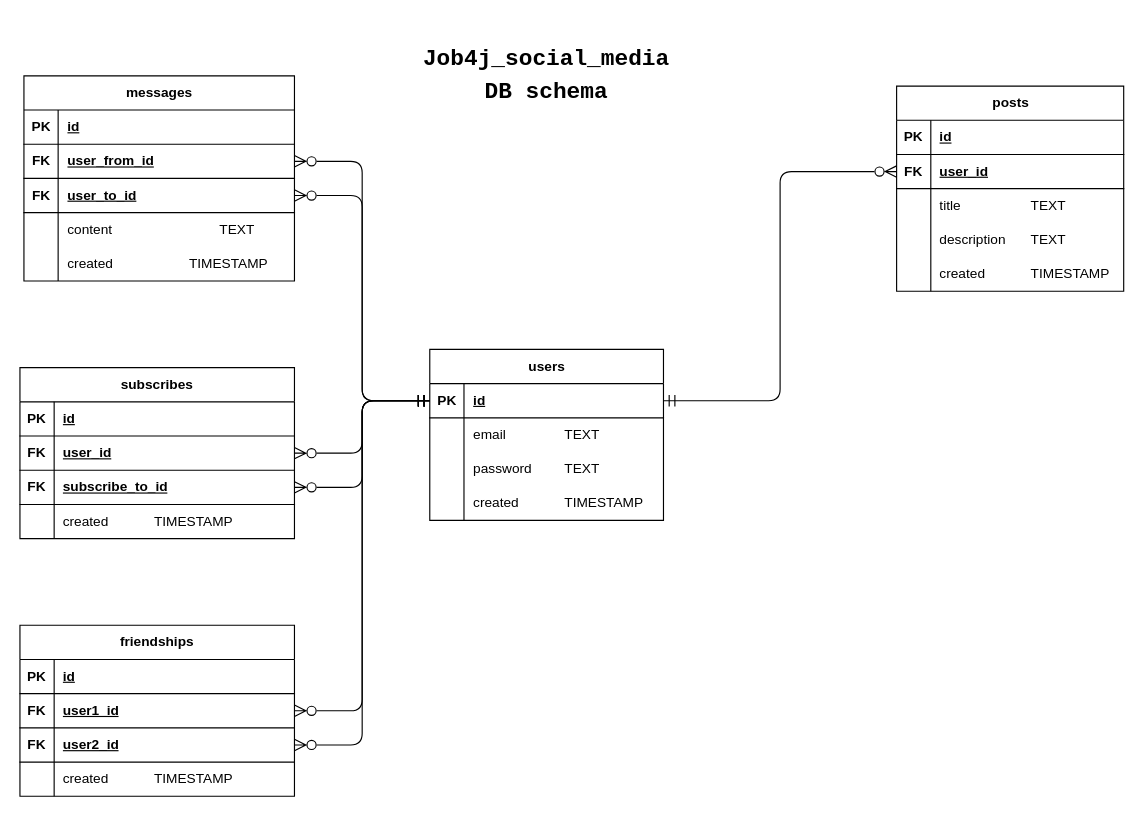
Earlier version of the draw.io diagram src/main/resources/db/social_media_DB_schema.drawio (MikhailChrn/job4j_social_media_api). Source tidied: cells renumbered, new cells numbered last; positions are measured from the earlier drawing's top-left corner, leaving out a move shared by most shapes. Both pictures are drawn from the tidied source at 114%, with x=0, y=0 at pixel (19, 63).
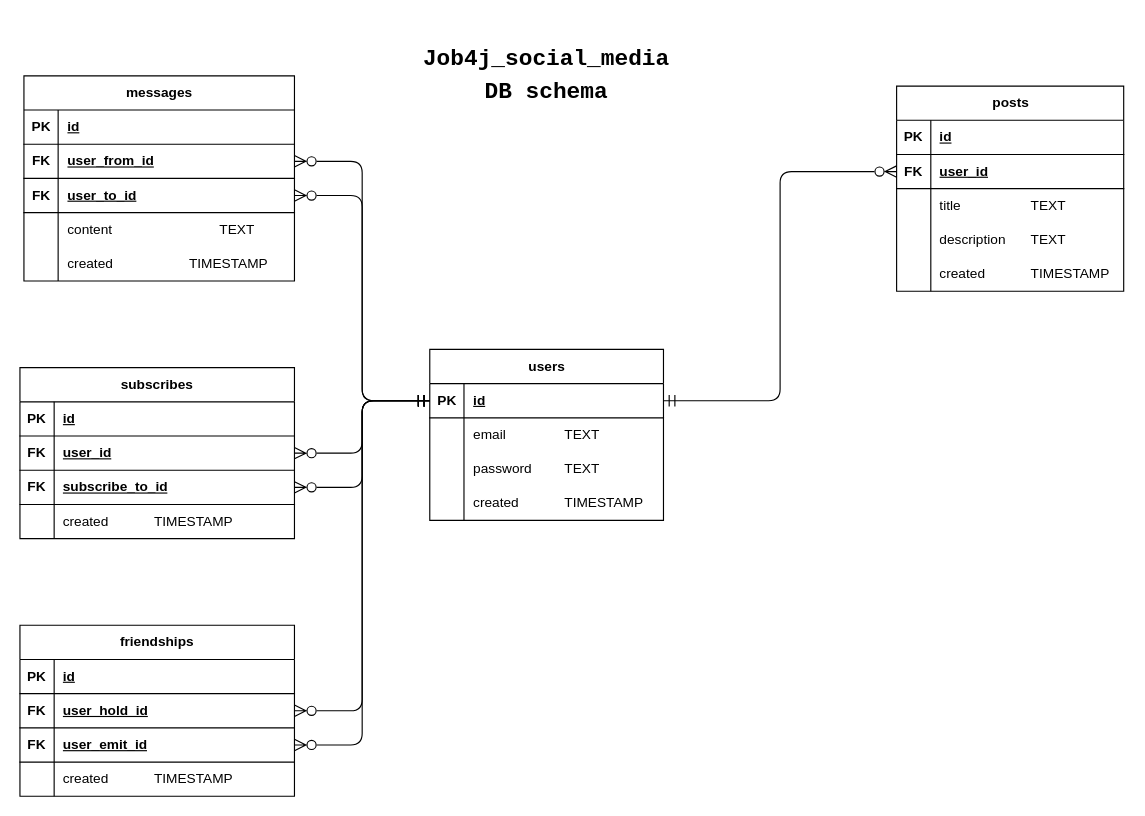
Above is the later version.

The change refers to these unchanged cells:
```xml
<mxCell id="69" style="shape=tableRow;horizontal=0;startSize=0;swimlaneHead=0;swimlaneBody=0;fillColor=none;points=[[0,0.5],[1,0.5]];portConstraint=eastwest;top=0;left=0;right=0;bottom=1;" parent="65" vertex="1">
  <mxGeometry y="60" width="240.8" height="30" as="geometry" />
</mxCell>
<mxCell id="72" style="shape=tableRow;horizontal=0;startSize=0;swimlaneHead=0;swimlaneBody=0;fillColor=none;points=[[0,0.5],[1,0.5]];portConstraint=eastwest;top=0;left=0;right=0;bottom=1;" parent="65" vertex="1">
  <mxGeometry y="90" width="240.8" height="30" as="geometry" />
</mxCell>
```

The edit, as a diff of the source:
```diff
@@
-    <mxCell id="71" value="user1_id" style="shape=partialRectangle;fillColor=none;top=0;left=0;bottom=0;right=0;align=left;spacingLeft=6;fontStyle=5;overflow=hidden;whiteSpace=wrap;html=1;" parent="69" vertex="1">
+    <mxCell id="71" value="user_hold_id" style="shape=partialRectangle;fillColor=none;top=0;left=0;bottom=0;right=0;align=left;spacingLeft=6;fontStyle=5;overflow=hidden;whiteSpace=wrap;html=1;" parent="69" vertex="1">
       <mxGeometry x="30" width="210.8" height="30" as="geometry" />
     </mxCell>
@@
-    <mxCell id="74" value="user2_id" style="shape=partialRectangle;fillColor=none;top=0;left=0;bottom=0;right=0;align=left;spacingLeft=6;fontStyle=5;overflow=hidden;whiteSpace=wrap;html=1;" parent="72" vertex="1">
+    <mxCell id="74" value="user_emit_id" style="shape=partialRectangle;fillColor=none;top=0;left=0;bottom=0;right=0;align=left;spacingLeft=6;fontStyle=5;overflow=hidden;whiteSpace=wrap;html=1;" parent="72" vertex="1">
       <mxGeometry x="30" width="210.8" height="30" as="geometry" />
     </mxCell>
```
